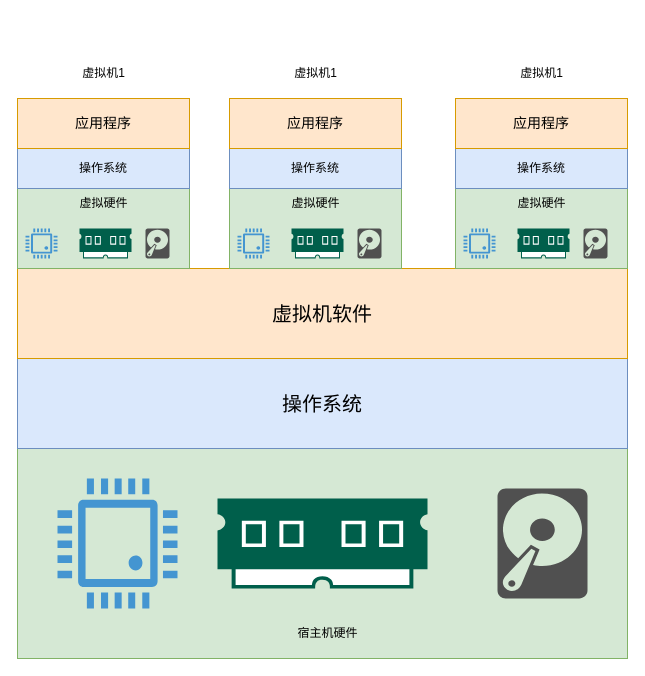
Earlier version of the draw.io diagram 虚拟机结构.drawio (itangm/draw.io-files). Source tidied: cells renumbered, new cells numbered last; positions are measured from the earlier drawing's top-left corner, leaving out a move shared by most shapes. Both pictures are drawn from the tidied source at 100%, with x=0, y=0 at pixel (17, 58).
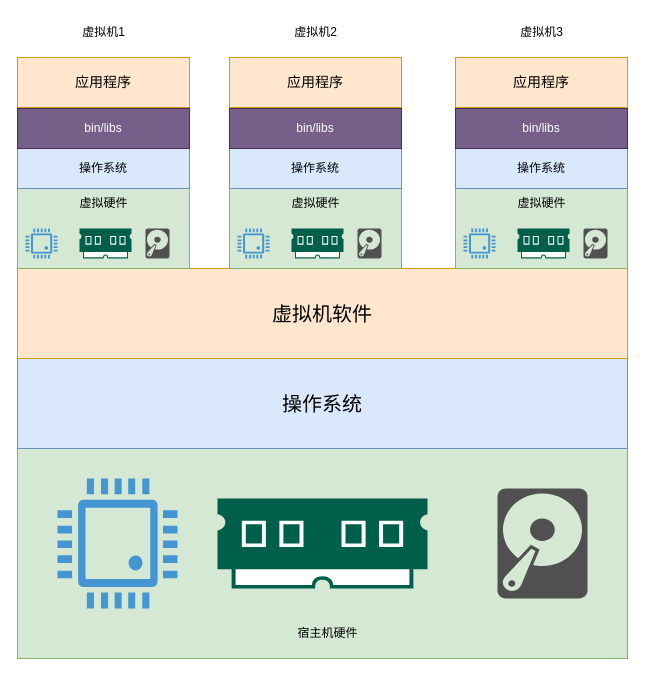
After the change.

Commit message (it also covers changes not shown here):
更新虚拟机结构.drawio

What changed in the source:
```diff
@@
     <mxCell id="15" value="&lt;span style=&quot;font-size: 14px;&quot;&gt;应用程序&lt;/span&gt;" style="rounded=0;whiteSpace=wrap;html=1;fillColor=#ffe6cc;strokeColor=#d79b00;" parent="1" vertex="1">
-      <mxGeometry y="40" width="172" height="50" as="geometry" />
+      <mxGeometry y="-1" width="172" height="50" as="geometry" />
     </mxCell>
     <mxCell id="16" value="虚拟机1" style="text;html=1;align=center;verticalAlign=middle;strokeColor=none;fillColor=none;" parent="1" vertex="1">
-      <mxGeometry x="51" width="70" height="30" as="geometry" />
+      <mxGeometry x="51" y="-41" width="70" height="30" as="geometry" />
     </mxCell>
@@
     <mxCell id="23" value="&lt;span style=&quot;font-size: 14px;&quot;&gt;应用程序&lt;/span&gt;" style="rounded=0;whiteSpace=wrap;html=1;fillColor=#ffe6cc;strokeColor=#d79b00;" parent="1" vertex="1">
-      <mxGeometry x="212" y="40" width="172" height="50" as="geometry" />
+      <mxGeometry x="212" y="-1" width="172" height="50" as="geometry" />
     </mxCell>
-    <mxCell id="24" value="虚拟机1" style="text;html=1;align=center;verticalAlign=middle;strokeColor=none;fillColor=none;" parent="1" vertex="1">
-      <mxGeometry x="263" width="70" height="30" as="geometry" />
+    <mxCell id="24" value="虚拟机2" style="text;html=1;align=center;verticalAlign=middle;strokeColor=none;fillColor=none;" parent="1" vertex="1">
+      <mxGeometry x="263" y="-41" width="70" height="30" as="geometry" />
     </mxCell>
@@
     <mxCell id="31" value="&lt;span style=&quot;font-size: 14px;&quot;&gt;应用程序&lt;/span&gt;" style="rounded=0;whiteSpace=wrap;html=1;fillColor=#ffe6cc;strokeColor=#d79b00;" parent="1" vertex="1">
-      <mxGeometry x="438" y="40" width="172" height="50" as="geometry" />
+      <mxGeometry x="438" y="-1" width="172" height="50" as="geometry" />
     </mxCell>
-    <mxCell id="32" value="虚拟机1" style="text;html=1;align=center;verticalAlign=middle;strokeColor=none;fillColor=none;" parent="1" vertex="1">
-      <mxGeometry x="489" width="70" height="30" as="geometry" />
+    <mxCell id="32" value="虚拟机3" style="text;html=1;align=center;verticalAlign=middle;strokeColor=none;fillColor=none;" parent="1" vertex="1">
+      <mxGeometry x="489" y="-41" width="70" height="30" as="geometry" />
     </mxCell>
+    <mxCell id="33" value="&lt;font style=&quot;font-size: 12px;&quot;&gt;bin/libs&lt;/font&gt;" style="rounded=0;whiteSpace=wrap;html=1;fillColor=#76608a;strokeColor=#432D57;fontColor=#ffffff;strokeWidth=1;" parent="1" vertex="1">
+      <mxGeometry y="50" width="172" height="40" as="geometry" />
+    </mxCell>
+    <mxCell id="34" value="&lt;font style=&quot;font-size: 12px;&quot;&gt;bin/libs&lt;/font&gt;" style="rounded=0;whiteSpace=wrap;html=1;fillColor=#76608a;strokeColor=#432D57;fontColor=#ffffff;strokeWidth=1;" parent="1" vertex="1">
+      <mxGeometry x="212" y="50" width="172" height="40" as="geometry" />
+    </mxCell>
+    <mxCell id="35" value="&lt;font style=&quot;font-size: 12px;&quot;&gt;bin/libs&lt;/font&gt;" style="rounded=0;whiteSpace=wrap;html=1;fillColor=#76608a;strokeColor=#432D57;fontColor=#ffffff;strokeWidth=1;" parent="1" vertex="1">
+      <mxGeometry x="438" y="50" width="172" height="40" as="geometry" />
+    </mxCell>
```
